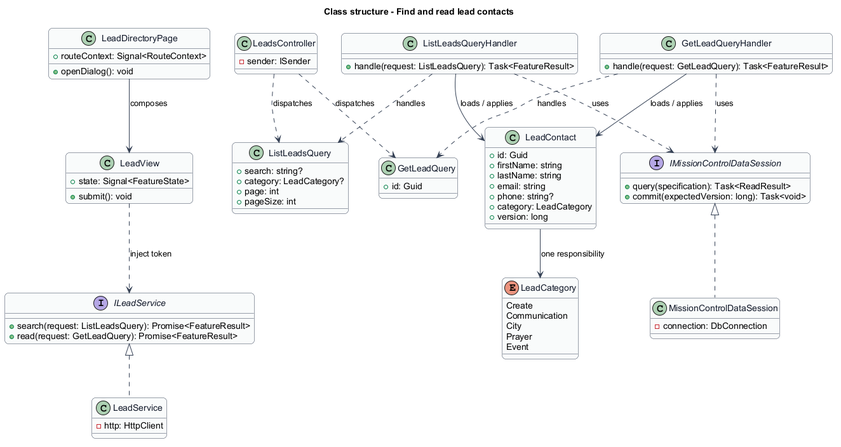
Above: docs/detailed-designs/leads/find-contacts/diagrams/class-structure.png in QuinntyneBrown/mission-control (PlantUML), before the change. Source of this version:
```plantuml
@startuml
skinparam backgroundColor #FFFFFF
skinparam shadowing false
skinparam roundcorner 12
skinparam defaultFontName Arial
skinparam ArrowColor #344054
skinparam rectangle {
  BorderColor #344054
  FontColor #101828
}
skinparam package {
  BorderColor #667085
  FontColor #101828
  BackgroundColor #F9FAFB
}
title Class structure - Find and read lead contacts
skinparam class {
  BorderColor #344054
  FontColor #101828
  BackgroundColor #F9FAFB
}
class LeadDirectoryPage {
  +routeContext: Signal<RouteContext>
  +openDialog(): void
}
class LeadView {
  +state: Signal<FeatureState>
  +submit(): void
}
interface ILeadService {
  +search(request: ListLeadsQuery): Promise<FeatureResult>
  +read(request: GetLeadQuery): Promise<FeatureResult>
}
class LeadService {
  -http: HttpClient
}
class LeadsController {
  -sender: ISender
}
class LeadContact {
  +id: Guid
  +firstName: string
  +lastName: string
  +email: string
  +phone: string?
  +category: LeadCategory
  +version: long
}
interface IMissionControlDataSession {
  +query(specification): Task<ReadResult>
  +commit(expectedVersion: long): Task<void>
}
class MissionControlDataSession {
  -connection: DbConnection
}
LeadDirectoryPage --> LeadView : composes
LeadView ..> ILeadService : inject token
ILeadService <|.. LeadService
IMissionControlDataSession <|.. MissionControlDataSession
class ListLeadsQuery {
  +search: string?
  +category: LeadCategory?
  +page: int
  +pageSize: int
}
class ListLeadsQueryHandler {
  +handle(request: ListLeadsQuery): Task<FeatureResult>
}
LeadsController ..> ListLeadsQuery : dispatches
ListLeadsQueryHandler ..> ListLeadsQuery : handles
ListLeadsQueryHandler --> LeadContact : loads / applies
ListLeadsQueryHandler ..> IMissionControlDataSession : uses
class GetLeadQuery {
  +id: Guid
}
class GetLeadQueryHandler {
  +handle(request: GetLeadQuery): Task<FeatureResult>
}
LeadsController ..> GetLeadQuery : dispatches
GetLeadQueryHandler ..> GetLeadQuery : handles
GetLeadQueryHandler --> LeadContact : loads / applies
GetLeadQueryHandler ..> IMissionControlDataSession : uses

enum LeadCategory {
  Create
  Communication
  City
  Prayer
  Event
}
LeadContact --> LeadCategory : one responsibility
@enduml
```
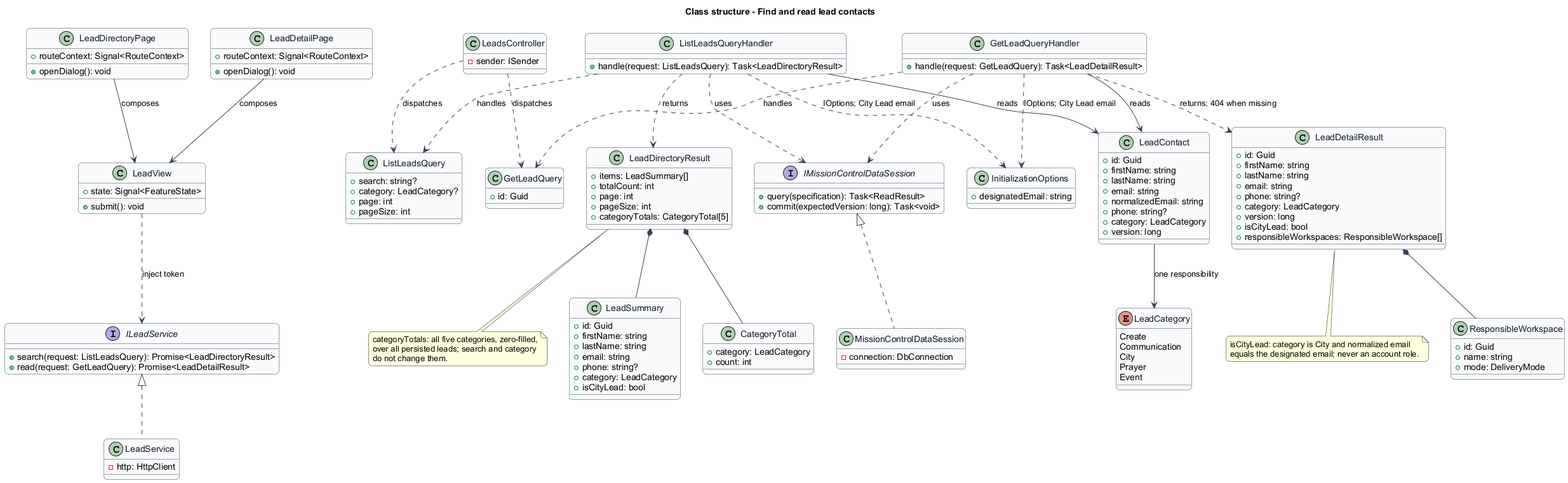
After the change.

Change to the diagram source:
```diff
@@ -23,13 +23,17 @@
   +routeContext: Signal<RouteContext>
   +openDialog(): void
 }
+class LeadDetailPage {
+  +routeContext: Signal<RouteContext>
+  +openDialog(): void
+}
 class LeadView {
   +state: Signal<FeatureState>
   +submit(): void
 }
 interface ILeadService {
-  +search(request: ListLeadsQuery): Promise<FeatureResult>
-  +read(request: GetLeadQuery): Promise<FeatureResult>
+  +search(request: ListLeadsQuery): Promise<LeadDirectoryResult>
+  +read(request: GetLeadQuery): Promise<LeadDetailResult>
 }
 class LeadService {
   -http: HttpClient
@@ -42,9 +46,13 @@
   +firstName: string
   +lastName: string
   +email: string
+  +normalizedEmail: string
   +phone: string?
   +category: LeadCategory
   +version: long
+}
+class InitializationOptions {
+  +designatedEmail: string
 }
 interface IMissionControlDataSession {
   +query(specification): Task<ReadResult>
@@ -54,6 +62,7 @@
   -connection: DbConnection
 }
 LeadDirectoryPage --> LeadView : composes
+LeadDetailPage --> LeadView : composes
 LeadView ..> ILeadService : inject token
 ILeadService <|.. LeadService
 IMissionControlDataSession <|.. MissionControlDataSession
@@ -64,22 +73,74 @@
   +pageSize: int
 }
 class ListLeadsQueryHandler {
-  +handle(request: ListLeadsQuery): Task<FeatureResult>
+  +handle(request: ListLeadsQuery): Task<LeadDirectoryResult>
 }
+class LeadSummary {
+  +id: Guid
+  +firstName: string
+  +lastName: string
+  +email: string
+  +phone: string?
+  +category: LeadCategory
+  +isCityLead: bool
+}
+class CategoryTotal {
+  +category: LeadCategory
+  +count: int
+}
+class LeadDirectoryResult {
+  +items: LeadSummary[]
+  +totalCount: int
+  +page: int
+  +pageSize: int
+  +categoryTotals: CategoryTotal[5]
+}
+note bottom of LeadDirectoryResult
+  categoryTotals: all five categories, zero-filled,
+  over all persisted leads; search and category
+  do not change them.
+end note
+LeadDirectoryResult *-- LeadSummary
+LeadDirectoryResult *-- CategoryTotal
 LeadsController ..> ListLeadsQuery : dispatches
 ListLeadsQueryHandler ..> ListLeadsQuery : handles
-ListLeadsQueryHandler --> LeadContact : loads / applies
+ListLeadsQueryHandler --> LeadContact : reads
+ListLeadsQueryHandler ..> LeadDirectoryResult : returns
 ListLeadsQueryHandler ..> IMissionControlDataSession : uses
+ListLeadsQueryHandler ..> InitializationOptions : IOptions; City Lead email
 class GetLeadQuery {
   +id: Guid
 }
 class GetLeadQueryHandler {
-  +handle(request: GetLeadQuery): Task<FeatureResult>
+  +handle(request: GetLeadQuery): Task<LeadDetailResult>
 }
+class ResponsibleWorkspace {
+  +id: Guid
+  +name: string
+  +mode: DeliveryMode
+}
+class LeadDetailResult {
+  +id: Guid
+  +firstName: string
+  +lastName: string
+  +email: string
+  +phone: string?
+  +category: LeadCategory
+  +version: long
+  +isCityLead: bool
+  +responsibleWorkspaces: ResponsibleWorkspace[]
+}
+note bottom of LeadDetailResult
+  isCityLead: category is City and normalized email
+  equals the designated email; never an account role.
+end note
+LeadDetailResult *-- ResponsibleWorkspace
 LeadsController ..> GetLeadQuery : dispatches
 GetLeadQueryHandler ..> GetLeadQuery : handles
-GetLeadQueryHandler --> LeadContact : loads / applies
+GetLeadQueryHandler --> LeadContact : reads
+GetLeadQueryHandler ..> LeadDetailResult : returns; 404 when missing
 GetLeadQueryHandler ..> IMissionControlDataSession : uses
+GetLeadQueryHandler ..> InitializationOptions : IOptions; City Lead email
 
 enum LeadCategory {
   Create
```
